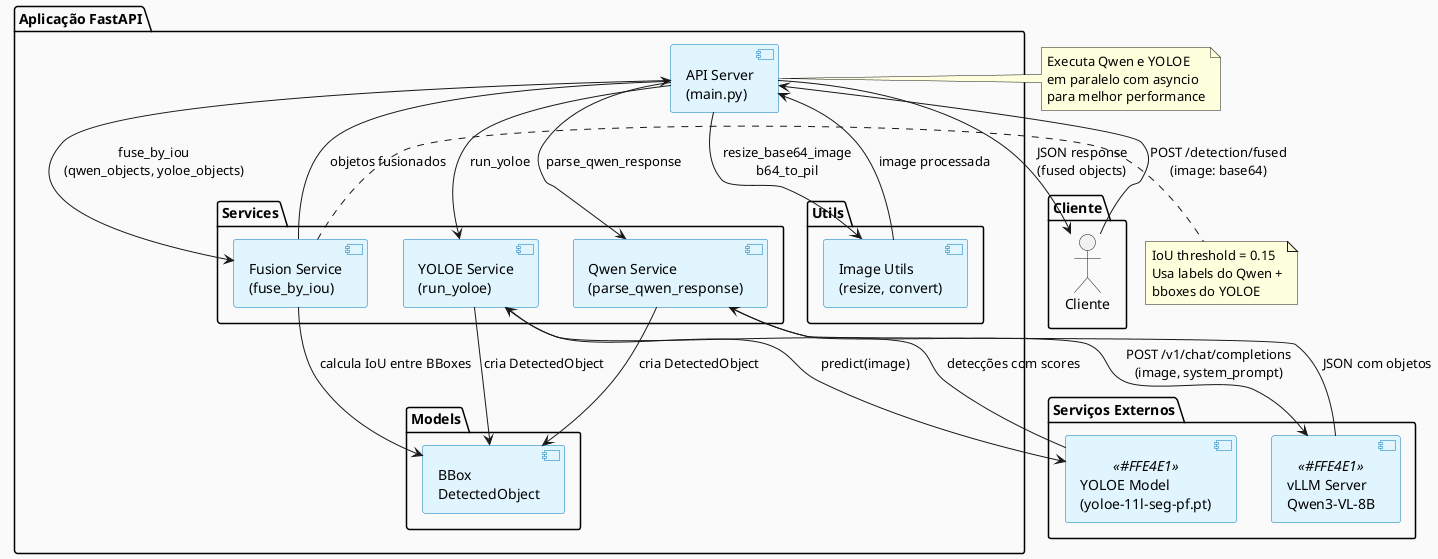
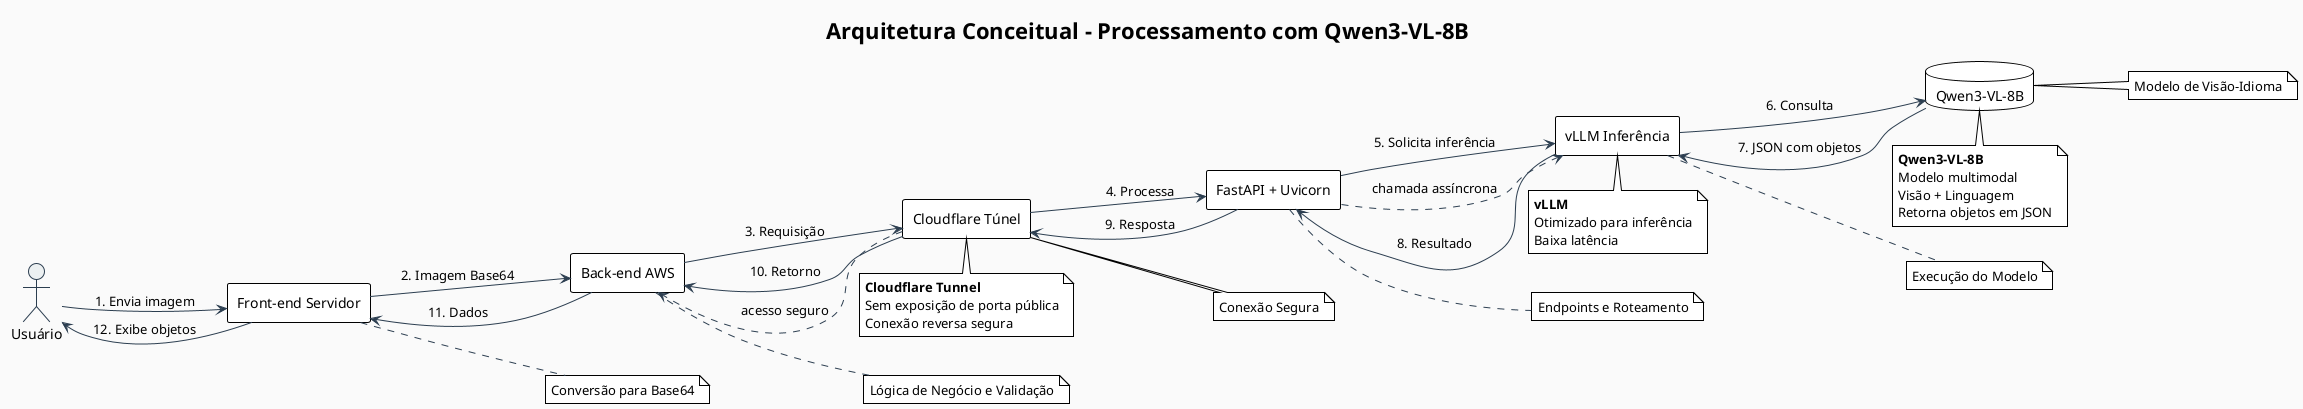
- @startuml architecture
- !define EXTERNAL #FFE4E1
- !define INTERNAL #E1F5FE
- !define SERVICE #FFF9E6
+ @startuml
+ !theme plain
+ left to right direction

+ skinparam componentStyle rectangle
skinparam backgroundColor #FAFAFA
- skinparam componentBackgroundColor INTERNAL
- skinparam component {
-   BorderColor #0277BD
-   BackgroundColor INTERNAL
- }
+ skinparam ArrowColor #2C3E50
+ skinparam ActorBorderColor #2C3E50
+ skinparam ActorBackgroundColor #ECF0F1

- package "Aplicação FastAPI" {
-   component "API Server\n(main.py)" as API
+ title Arquitetura Conceitual - Processamento com Qwen3-VL-8B

-   package "Services" {
-     component "Qwen Service\n(parse_qwen_response)" as QwenSvc
-     component "YOLOE Service\n(run_yoloe)" as YoloeSvc
-     component "Fusion Service\n(fuse_by_iou)" as FusionSvc
-   }
+ actor "Usuário" as User

-   package "Utils" {
-     component "Image Utils\n(resize, convert)" as ImageUtils
-   }
+ component "Front-end Servidor" as Frontend
+ note right of Frontend : Conversão para Base64

-   package "Models" {
-     component "BBox\nDetectedObject" as ModelComponents
-   }
- }

- package "Serviços Externos" {
-   component "vLLM Server\nQwen3-VL-8B" as VLLM <<EXTERNAL>>
-   component "YOLOE Model\n(yoloe-11l-seg-pf.pt)" as YoloeModel <<EXTERNAL>>
- }
+ component "Cloudflare Túnel" as Tunnel
+ note right of Tunnel : Conexão Segura

- package "Cliente" {
-   actor "Cliente" as Client
- }
+ component "FastAPI + Uvicorn" as API
+ note right of API : Endpoints e Roteamento

- ' Conexões
- Client --> API: POST /detection/fused\n(image: base64)
+ component "Back-end AWS" as Backend
+ note right of Backend : Lógica de Negócio e Validação

- API --> ImageUtils: resize_base64_image\nb64_to_pil
- ImageUtils --> API: image processada
+ component "vLLM Inferência" as Inference
+ note right of Inference : Execução do Modelo

- API --> QwenSvc: parse_qwen_response
- API --> YoloeSvc: run_yoloe
+ database "Qwen3-VL-8B" as Model
+ note right of Model : Modelo de Visão-Idioma

- QwenSvc --> VLLM: POST /v1/chat/completions\n(image, system_prompt)
- VLLM --> QwenSvc: JSON com objetos
+ ' ===== FORÇAR ORDEM DE ESQUERDA PARA DIREITA =====
+ User -[hidden]right-> Frontend
+ Frontend -[hidden]right-> Backend
+ Backend -[hidden]right-> Tunnel
+ Tunnel -[hidden]right-> API
+ API -[hidden]right-> Inference
+ Inference -[hidden]right-> Model

- YoloeSvc --> YoloeModel: predict(image)
- YoloeModel --> YoloeSvc: detecções com scores
+ ' ===== FLUXO PRINCIPAL =====
+ User --> Frontend : 1. Envia imagem
+ Frontend --> Backend : 2. Imagem Base64
+ Backend --> Tunnel : 3. Requisição
+ Tunnel --> API : 4. Processa
+ API --> Inference : 5. Solicita inferência
+ Inference --> Model : 6. Consulta
+ Model --> Inference : 7. JSON com objetos
+ Inference --> API : 8. Resultado
+ API --> Tunnel : 9. Resposta
+ Tunnel --> Backend : 10. Retorno
+ Backend --> Frontend : 11. Dados
+ Frontend --> User : 12. Exibe objetos

- QwenSvc --> ModelComponents: cria DetectedObject
- YoloeSvc --> ModelComponents: cria DetectedObject
+ ' ===== RELAÇÕES CONCEITUAIS =====
+ Tunnel ..> Backend : acesso seguro
+ API ..> Inference : chamada assíncrona

- API --> FusionSvc: fuse_by_iou\n(qwen_objects, yoloe_objects)
- FusionSvc --> ModelComponents: calcula IoU entre BBoxes
- FusionSvc --> API: objetos fusionados
- 
- API --> Client: JSON response\n(fused objects)
- 
- note right of API
-   Executa Qwen e YOLOE
-   em paralelo com asyncio
-   para melhor performance
+ ' ===== NOTAS EXPLICATIVAS =====
+ note bottom of Model
+   <b>Qwen3-VL-8B</b>
+   Modelo multimodal
+   Visão + Linguagem
+   Retorna objetos em JSON
end note

- note right of FusionSvc
-   IoU threshold = 0.15
-   Usa labels do Qwen +
-   bboxes do YOLOE
+ note bottom of Inference
+   <b>vLLM</b>
+   Otimizado para inferência
+   Baixa latência
+ end note
+ 
+ note bottom of Tunnel
+   <b>Cloudflare Tunnel</b>
+   Sem exposição de porta pública
+   Conexão reversa segura
end note

@enduml